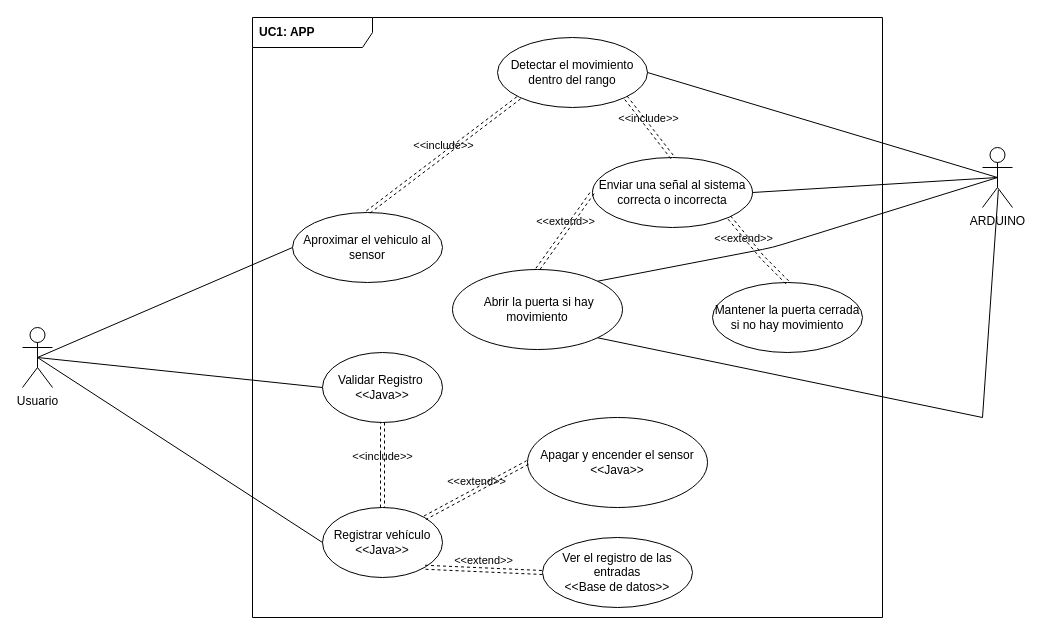
Before: lib/DiagramaCasosDeUso_Proyecto.drawio in BrandonFreire/ProyectoBimestre, a draw.io diagram. Source tidied: cells renumbered, new cells numbered last; positions are measured from the earlier drawing's top-left corner, leaving out a move shared by most shapes. Both pictures are drawn from the tidied source at 100%, with x=0, y=0 at pixel (22, 17).
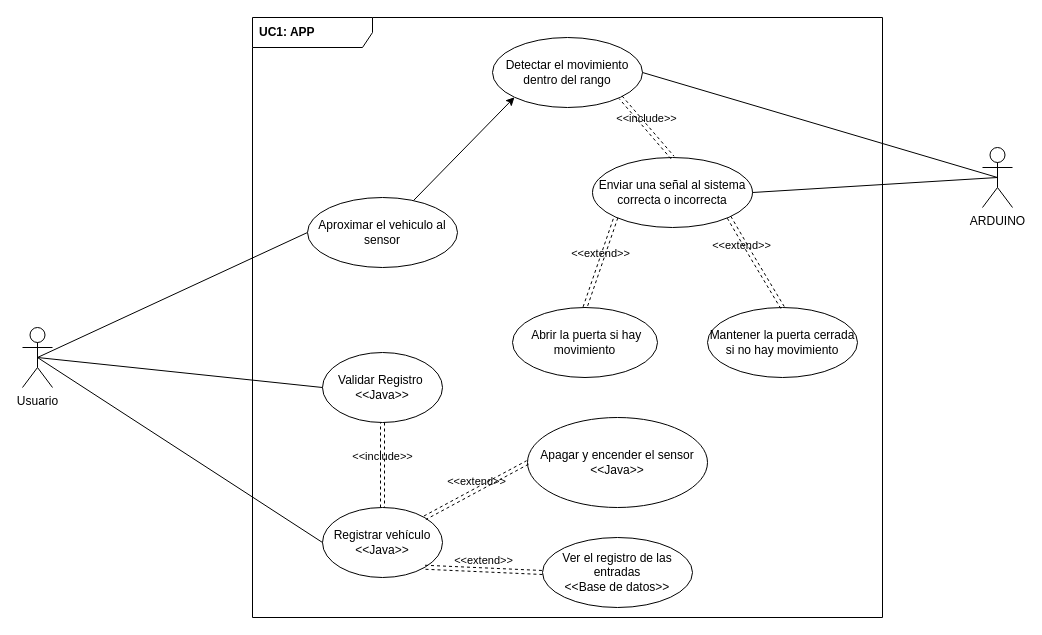
Above is the later version.

Unchanged cells that the change refers to:
```xml
<mxCell id="5" value="ARDUINO" style="shape=umlActor;verticalLabelPosition=bottom;verticalAlign=top;html=1;" parent="1" vertex="1">
  <mxGeometry x="960" y="130" width="30" height="60" as="geometry" />
</mxCell>
<mxCell id="8" value="&lt;span style=&quot;&quot;&gt;Enviar una señal al sistema correcta o incorrecta&lt;/span&gt;" style="ellipse;whiteSpace=wrap;html=1;" parent="1" vertex="1">
  <mxGeometry x="570" y="140" width="160" height="70" as="geometry" />
</mxCell>
```

What changed in the source:
```diff
@@
+    <mxCell id="29" style="edgeStyle=none;html=1;entryX=0;entryY=1;entryDx=0;entryDy=0;" parent="1" edge="1" source="6" target="7">
+      <mxGeometry relative="1" as="geometry" />
+    </mxCell>
     <mxCell id="6" value="&lt;span style=&quot;&quot;&gt;Aproximar el vehiculo al sensor&lt;/span&gt;" style="ellipse;whiteSpace=wrap;html=1;" parent="1" vertex="1">
-      <mxGeometry x="270" y="195" width="150" height="70" as="geometry" />
+      <mxGeometry x="285" y="180" width="150" height="70" as="geometry" />
     </mxCell>
     <mxCell id="7" value="&lt;span style=&quot;&quot;&gt;Detectar el movimiento dentro del rango&lt;/span&gt;" style="ellipse;whiteSpace=wrap;html=1;" parent="1" vertex="1">
-      <mxGeometry x="475" y="20" width="150" height="70" as="geometry" />
+      <mxGeometry x="470" y="20" width="150" height="70" as="geometry" />
     </mxCell>
@@
-    <mxCell id="9" value="&amp;lt;&amp;lt;include&amp;gt;&amp;gt;" style="html=1;verticalAlign=bottom;labelBackgroundColor=none;endArrow=open;endFill=0;dashed=1;shape=link;entryX=0.5;entryY=0;entryDx=0;entryDy=0;exitX=0;exitY=1;exitDx=0;exitDy=0;" parent="1" edge="1" source="7" target="6">
-      <mxGeometry relative="1" as="geometry" />
-    </mxCell>
@@
     <mxCell id="12" value="&amp;nbsp;Abrir la puerta si hay movimiento" style="ellipse;whiteSpace=wrap;html=1;" parent="1" vertex="1">
-      <mxGeometry x="430" y="252" width="170" height="80" as="geometry" />
+      <mxGeometry x="490" y="290" width="145" height="70" as="geometry" />
     </mxCell>
-    <mxCell id="13" style="html=1;exitX=1;exitY=1;exitDx=0;exitDy=0;endArrow=none;endFill=0;" parent="1" edge="1" source="12">
-      <mxGeometry relative="1" as="geometry">
-        <mxPoint x="960" y="400" as="targetPoint" />
-      </mxGeometry>
-    </mxCell>
-    <mxCell id="14" value="&amp;lt;&amp;lt;extend&amp;gt;&amp;gt;" style="html=1;verticalAlign=bottom;labelBackgroundColor=none;endArrow=open;endFill=0;dashed=1;shape=link;exitX=0;exitY=0.5;exitDx=0;exitDy=0;entryX=0.5;entryY=0;entryDx=0;entryDy=0;" parent="1" edge="1" source="8" target="12">
+    <mxCell id="14" value="&amp;lt;&amp;lt;extend&amp;gt;&amp;gt;" style="html=1;verticalAlign=bottom;labelBackgroundColor=none;endArrow=open;endFill=0;dashed=1;shape=link;exitX=0;exitY=1;exitDx=0;exitDy=0;entryX=0.5;entryY=0;entryDx=0;entryDy=0;" parent="1" edge="1" source="8" target="12">
       <mxGeometry relative="1" as="geometry" />
     </mxCell>
     <mxCell id="15" value="&lt;span style=&quot;&quot;&gt;Mantener la puerta cerrada si no hay movimiento&lt;/span&gt;" style="ellipse;whiteSpace=wrap;html=1;" parent="1" vertex="1">
-      <mxGeometry x="690" y="265" width="150" height="70" as="geometry" />
+      <mxGeometry x="685" y="290" width="150" height="70" as="geometry" />
     </mxCell>
     <mxCell id="16" value="&amp;lt;&amp;lt;extend&amp;gt;&amp;gt;" style="html=1;verticalAlign=bottom;labelBackgroundColor=none;endArrow=open;endFill=0;dashed=1;shape=link;exitX=1;exitY=1;exitDx=0;exitDy=0;entryX=0.5;entryY=0;entryDx=0;entryDy=0;" parent="1" edge="1" source="8" target="15">
       <mxGeometry x="-0.25" y="-8" relative="1" as="geometry">
         <Array as="points">
-          <mxPoint x="740" y="240" />
+          <mxPoint x="730" y="240" />
         </Array>
       </mxGeometry>
     </mxCell>
-    <mxCell id="17" style="html=1;exitX=1;exitY=0;exitDx=0;exitDy=0;endArrow=none;endFill=0;entryX=0.5;entryY=0.5;entryDx=0;entryDy=0;entryPerimeter=0;" parent="1" edge="1" source="12" target="5">
-      <mxGeometry relative="1" as="geometry">
-        <Array as="points">
-          <mxPoint x="750" y="230" />
-        </Array>
-      </mxGeometry>
-    </mxCell>
@@
-    <mxCell id="28" style="html=1;exitX=0.528;exitY=0.708;exitDx=0;exitDy=0;endArrow=none;endFill=0;exitPerimeter=0;" parent="1" edge="1" source="5">
-      <mxGeometry relative="1" as="geometry">
-        <mxPoint x="960" y="400" as="targetPoint" />
-      </mxGeometry>
-    </mxCell>
```
